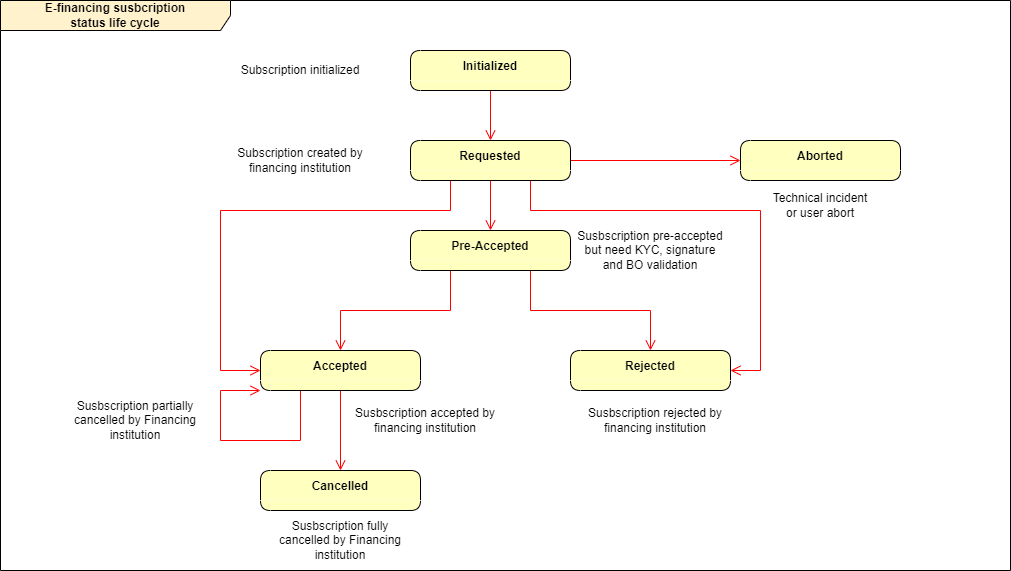
Earlier version of the draw.io export .gitbook/assets/E-financing subscription status life cycle.drawio.png (scalexpert/documentation). Source tidied: cells renumbered, new cells last; positions are measured from the earlier drawing's top-left corner, leaving out a move shared by most shapes.
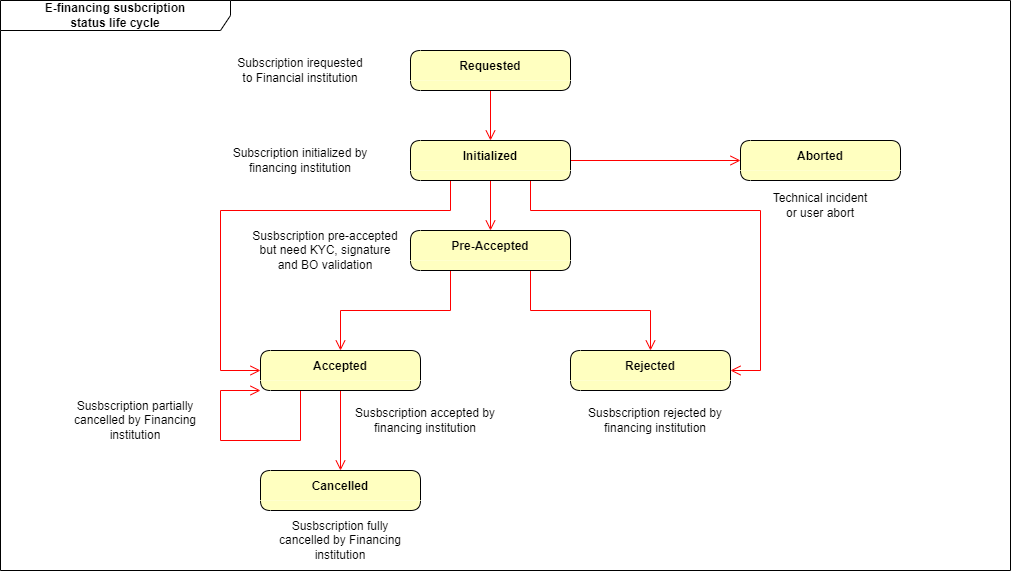
The same file after the commit.

The edit, as a diff of the source:
```diff
@@ -2,13 +2,13 @@
   <root>
     <mxCell id="0" />
     <mxCell id="1" parent="0" />
-    <mxCell id="2" value="E-financing susbcription&lt;br&gt;status life cycle" style="shape=umlFrame;whiteSpace=wrap;html=1;width=230;height=30;fillStyle=solid;shadow=0;fillColor=#fff2cc;strokeColor=default;fontStyle=1;swimlaneFillColor=none;" parent="1" vertex="1">
+    <mxCell id="2" value="E-financing susbcription&lt;br&gt;status life cycle" style="shape=umlFrame;whiteSpace=wrap;html=1;width=230;height=30;fillStyle=solid;shadow=0;fontStyle=1;swimlaneFillColor=#FFFFFF;" parent="1" vertex="1">
       <mxGeometry width="1010" height="570" as="geometry" />
     </mxCell>
     <mxCell id="3" style="edgeStyle=orthogonalEdgeStyle;rounded=0;jettySize=auto;html=1;exitX=0.5;exitY=1;exitDx=0;exitDy=0;fontFamily=Helvetica;fontSize=11;fontColor=default;startSize=30;endArrow=open;verticalAlign=bottom;strokeColor=#ff0000;endSize=8;" parent="1" edge="1" source="4" target="9">
       <mxGeometry relative="1" as="geometry" />
     </mxCell>
-    <mxCell id="4" value="Initialized" style="swimlane;fontStyle=1;align=center;verticalAlign=middle;horizontal=1;startSize=30;fontColor=#000000;rounded=1;arcSize=30;strokeColor=default;fillColor=#ffffc0;swimlaneFillColor=#ffffc0;swimlaneLine=0;" parent="1" vertex="1">
+    <mxCell id="4" value="Requested" style="swimlane;fontStyle=1;align=center;verticalAlign=middle;horizontal=1;startSize=30;fontColor=#000000;rounded=1;arcSize=30;strokeColor=default;fillColor=#ffffc0;swimlaneFillColor=#ffffc0;swimlaneLine=0;" parent="1" vertex="1">
       <mxGeometry x="410" y="50" width="160" height="40" as="geometry" />
     </mxCell>
     <mxCell id="5" style="edgeStyle=orthogonalEdgeStyle;rounded=0;jettySize=auto;html=1;exitX=0.5;exitY=1;exitDx=0;exitDy=0;fontFamily=Helvetica;fontSize=11;fontColor=default;startSize=30;endArrow=open;verticalAlign=bottom;strokeColor=#ff0000;endSize=8;" parent="1" edge="1" source="9" target="12">
@@ -35,7 +35,7 @@
         </Array>
       </mxGeometry>
     </mxCell>
-    <mxCell id="9" value="Requested" style="swimlane;fontStyle=1;align=center;verticalAlign=middle;horizontal=1;startSize=30;fontColor=#000000;rounded=1;arcSize=30;strokeColor=default;fillColor=#ffffc0;swimlaneFillColor=#ffffc0;swimlaneLine=0;" parent="1" vertex="1">
+    <mxCell id="9" value="Initialized" style="swimlane;fontStyle=1;align=center;verticalAlign=middle;horizontal=1;startSize=30;fontColor=#000000;rounded=1;arcSize=30;strokeColor=default;fillColor=#ffffc0;swimlaneFillColor=#ffffc0;swimlaneLine=0;" parent="1" vertex="1">
       <mxGeometry x="410" y="140" width="160" height="40" as="geometry" />
     </mxCell>
     <mxCell id="10" style="edgeStyle=orthogonalEdgeStyle;rounded=0;jettySize=auto;html=1;exitX=0.25;exitY=1;exitDx=0;exitDy=0;fontFamily=Helvetica;fontSize=11;fontColor=default;startSize=30;endArrow=open;verticalAlign=bottom;strokeColor=#ff0000;endSize=8;" parent="1" edge="1" source="12" target="15">
@@ -75,7 +75,7 @@
       <mxGeometry x="770" y="190" width="100" height="30" as="geometry" />
     </mxCell>
     <mxCell id="20" value="Susbscription pre-accepted but need KYC, signature and BO validation" style="text;html=1;strokeColor=none;fillColor=none;align=center;verticalAlign=middle;whiteSpace=wrap;rounded=0;fontFamily=Helvetica;fontSize=12;fontColor=#000000;startSize=30;" parent="1" vertex="1">
-      <mxGeometry x="575" y="230" width="150" height="40" as="geometry" />
+      <mxGeometry x="250" y="230" width="150" height="40" as="geometry" />
     </mxCell>
     <mxCell id="21" value="Susbscription rejected by financing institution" style="text;html=1;strokeColor=none;fillColor=none;align=center;verticalAlign=middle;whiteSpace=wrap;rounded=0;fontFamily=Helvetica;fontSize=12;fontColor=#000000;startSize=30;" parent="1" vertex="1">
       <mxGeometry x="580" y="400" width="150" height="40" as="geometry" />
@@ -89,10 +89,10 @@
     <mxCell id="24" value="Susbscription partially cancelled by Financing institution" style="text;html=1;strokeColor=none;fillColor=none;align=center;verticalAlign=middle;whiteSpace=wrap;rounded=0;fontFamily=Helvetica;fontSize=12;fontColor=#000000;startSize=30;" parent="1" vertex="1">
       <mxGeometry x="60" y="400" width="150" height="40" as="geometry" />
     </mxCell>
-    <mxCell id="25" value="Subscription created by financing institution" style="text;html=1;strokeColor=none;fillColor=none;align=center;verticalAlign=middle;whiteSpace=wrap;rounded=0;fontFamily=Helvetica;fontSize=12;fontColor=#000000;startSize=30;" parent="1" vertex="1">
+    <mxCell id="25" value="Subscription initialized by financing institution" style="text;html=1;strokeColor=none;fillColor=none;align=center;verticalAlign=middle;whiteSpace=wrap;rounded=0;fontFamily=Helvetica;fontSize=12;fontColor=#000000;startSize=30;" parent="1" vertex="1">
       <mxGeometry x="230" y="145" width="140" height="30" as="geometry" />
     </mxCell>
-    <mxCell id="26" value="Subscription initialized" style="text;html=1;strokeColor=none;fillColor=none;align=center;verticalAlign=middle;whiteSpace=wrap;rounded=0;fontFamily=Helvetica;fontSize=12;fontColor=#000000;startSize=30;" parent="1" vertex="1">
+    <mxCell id="26" value="Subscription irequested to Financial institution" style="text;html=1;strokeColor=none;fillColor=none;align=center;verticalAlign=middle;whiteSpace=wrap;rounded=0;fontFamily=Helvetica;fontSize=12;fontColor=#000000;startSize=30;" parent="1" vertex="1">
       <mxGeometry x="230" y="55" width="140" height="30" as="geometry" />
     </mxCell>
   </root>
```
